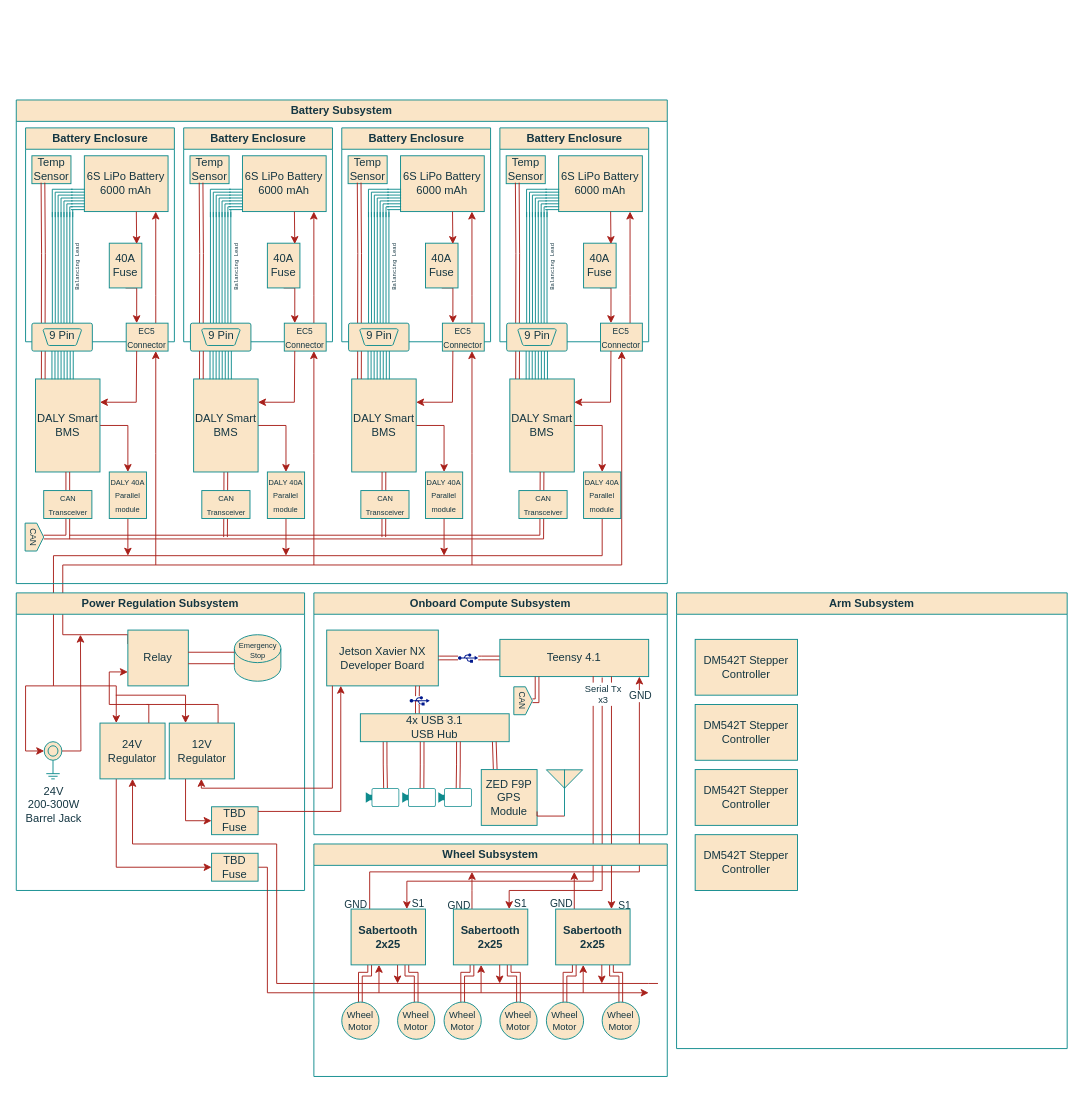
This is Diagrams/RoverFullBlockDiagram.drawio from roboticsatiowa/Documents-and-Resources, a draw.io file, before an edit. Source tidied: cells renumbered, new cells numbered last; positions are measured from the earlier drawing's top-left corner, leaving out a move shared by most shapes. Both pictures are drawn from the tidied source at 93%, with x=0, y=0 at pixel (7, 100).
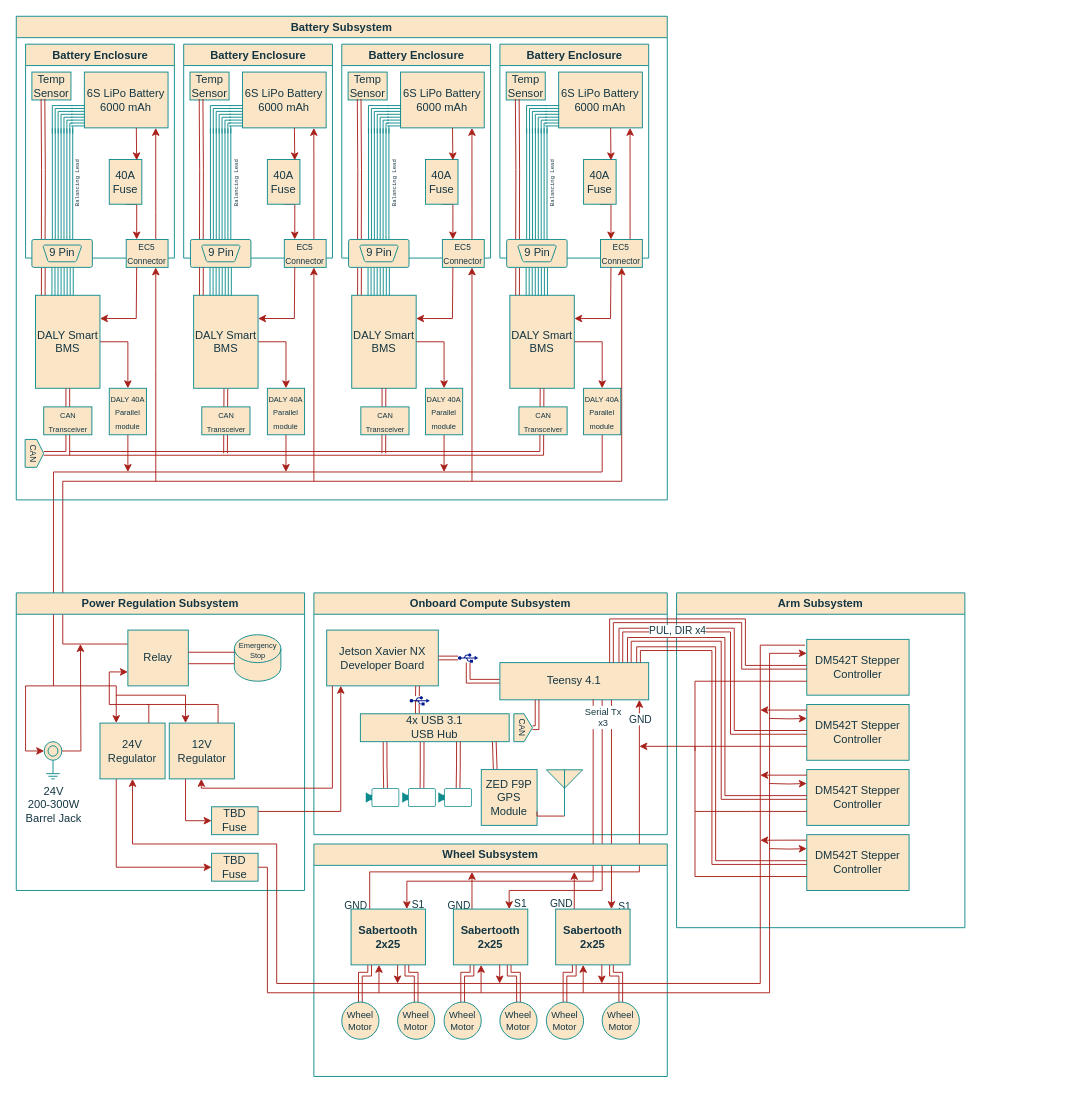
The same diagram, later.

Unchanged cells that the change refers to:
```xml
<mxCell id="4" value="Power Regulation Subsystem" style="swimlane;whiteSpace=wrap;html=1;labelBackgroundColor=none;fillColor=#FAE5C7;strokeColor=#0F8B8D;fontColor=#143642;" parent="1" vertex="1">
  <mxGeometry x="10" y="530" width="310" height="320" as="geometry" />
</mxCell>
<mxCell id="6" value="Relay" style="whiteSpace=wrap;html=1;strokeColor=#0F8B8D;fontColor=#143642;fillColor=#FAE5C7;labelBackgroundColor=none;" parent="4" vertex="1">
  <mxGeometry x="120" y="40" width="65" height="60" as="geometry" />
</mxCell>
<mxCell id="9" value="24V Regulator" style="rounded=0;whiteSpace=wrap;html=1;strokeColor=#0F8B8D;fontColor=#143642;fillColor=#FAE5C7;labelBackgroundColor=none;" parent="4" vertex="1">
  <mxGeometry x="90" y="140" width="70" height="60" as="geometry" />
</mxCell>
<mxCell id="15" value="TBD&lt;div&gt;Fuse&lt;/div&gt;" style="whiteSpace=wrap;html=1;strokeColor=#0F8B8D;fontColor=#143642;fillColor=#FAE5C7;labelBackgroundColor=none;" parent="4" vertex="1">
  <mxGeometry x="210" y="280" width="50" height="30" as="geometry" />
</mxCell>
<mxCell id="21" value="24V&lt;div&gt;200-300W&lt;/div&gt;&lt;div&gt;Barrel Jack&lt;/div&gt;" style="verticalLabelPosition=bottom;shadow=0;dashed=0;align=center;html=1;verticalAlign=top;shape=mxgraph.electrical.miscellaneous.shielded_jack_plug;rounded=0;strokeColor=#0F8B8D;fontFamily=Helvetica;fontSize=12;fontColor=#143642;fillColor=#FAE5C7;labelBackgroundColor=none;" parent="4" vertex="1">
  <mxGeometry x="30" y="160" width="19" height="40" as="geometry" />
</mxCell>
<mxCell id="22" value="Onboard Compute Subsystem" style="swimlane;whiteSpace=wrap;html=1;fillColor=#FAE5C7;strokeWidth=1;strokeColor=#0F8B8D;labelBackgroundColor=none;fontColor=#143642;" parent="1" vertex="1">
  <mxGeometry x="330" y="530" width="380" height="260" as="geometry" />
</mxCell>
<mxCell id="41" style="sketch=0;shadow=0;dashed=0;html=1;strokeColor=none;labelPosition=center;verticalLabelPosition=bottom;verticalAlign=top;align=center;fillColor=#00188D;shape=mxgraph.mscae.enterprise.usb;fontColor=#143642;" parent="22" vertex="1">
  <mxGeometry x="155" y="65" width="21.7" height="10" as="geometry" />
</mxCell>
<mxCell id="115" value="&lt;font style=&quot;font-size: 9px;&quot;&gt;EC5 Connector&lt;/font&gt;" style="whiteSpace=wrap;html=1;strokeColor=#0F8B8D;fontColor=#143642;fillColor=#FAE5C7;rounded=0;labelBackgroundColor=none;" parent="110" vertex="1">
  <mxGeometry x="108.2" y="210" width="45" height="30" as="geometry" />
</mxCell>
<mxCell id="127" value="&lt;font style=&quot;font-size: 8px;&quot;&gt;DALY 40A Parallel module&lt;/font&gt;" style="whiteSpace=wrap;html=1;fillColor=#FAE5C7;strokeColor=#0F8B8D;fontColor=#143642;labelBackgroundColor=none;" parent="46" vertex="1">
  <mxGeometry x="610" y="400" width="40" height="50" as="geometry" />
</mxCell>
```

The edit, as a diff of the source:
```diff
@@
     <mxCell id="2" style="edgeStyle=orthogonalEdgeStyle;rounded=0;jettySize=auto;html=1;exitX=0.5;exitY=1;exitDx=0;exitDy=0;labelBackgroundColor=none;strokeColor=#A8201A;fontColor=default;entryX=0.25;entryY=0;entryDx=0;entryDy=0;" parent="1" edge="1" source="127" target="9">
       <mxGeometry relative="1" as="geometry">
         <Array as="points">
-          <mxPoint x="640" y="490" />
-          <mxPoint x="50" y="490" />
+          <mxPoint x="640" y="400" />
+          <mxPoint x="50" y="400" />
           <mxPoint x="50" y="630" />
           <mxPoint x="117" y="630" />
         </Array>
       </mxGeometry>
     </mxCell>
     <mxCell id="3" style="edgeStyle=orthogonalEdgeStyle;rounded=0;jettySize=auto;html=1;labelBackgroundColor=none;strokeColor=#A8201A;fontColor=default;exitX=0;exitY=0.25;exitDx=0;exitDy=0;" parent="1" edge="1" source="6" target="115">
       <mxGeometry relative="1" as="geometry">
         <Array as="points">
-          <mxPoint x="60" y="575" />
-          <mxPoint x="60" y="500" />
-          <mxPoint x="661" y="500" />
+          <mxPoint x="60" y="585" />
+          <mxPoint x="60" y="410" />
+          <mxPoint x="661" y="410" />
         </Array>
       </mxGeometry>
     </mxCell>
@@
-    <mxCell id="7" style="edgeStyle=orthogonalEdgeStyle;rounded=0;jettySize=auto;html=1;strokeColor=#A8201A;fontColor=default;fillColor=#FAE5C7;entryX=0.5;entryY=1;entryDx=0;entryDy=0;labelBackgroundColor=none;" parent="4" edge="1" target="9">
-      <mxGeometry relative="1" as="geometry">
-        <mxPoint x="690" y="420" as="sourcePoint" />
-        <Array as="points">
-          <mxPoint x="680" y="420" />
-          <mxPoint x="280" y="420" />
-          <mxPoint x="280" y="270" />
-          <mxPoint x="125" y="270" />
-        </Array>
-      </mxGeometry>
-    </mxCell>
@@
-    <mxCell id="14" style="edgeStyle=orthogonalEdgeStyle;shape=connector;rounded=0;jettySize=auto;html=1;strokeColor=#A8201A;align=center;verticalAlign=middle;fontFamily=Helvetica;fontSize=11;fontColor=default;labelBackgroundColor=none;endArrow=classic;fillColor=#FAE5C7;" parent="4" edge="1" source="15">
-      <mxGeometry relative="1" as="geometry">
-        <mxPoint x="680" y="430" as="targetPoint" />
-        <Array as="points">
-          <mxPoint x="270" y="295" />
-          <mxPoint x="270" y="430" />
-        </Array>
-      </mxGeometry>
-    </mxCell>
@@
     <mxCell id="19" style="edgeStyle=orthogonalEdgeStyle;rounded=0;jettySize=auto;html=1;fontFamily=Helvetica;fontSize=12;fontColor=default;exitX=1;exitY=0.25;exitDx=0;exitDy=0;exitPerimeter=0;endArrow=classic;endFill=1;labelBackgroundColor=none;strokeColor=#A8201A;" parent="4" edge="1" source="21">
       <mxGeometry relative="1" as="geometry">
-        <mxPoint x="69" y="45" as="targetPoint" />
+        <mxPoint x="69" y="55" as="targetPoint" />
       </mxGeometry>
     </mxCell>
@@
     <mxCell id="23" style="edgeStyle=orthogonalEdgeStyle;shape=link;rounded=0;jettySize=auto;html=1;entryX=0;entryY=0.5;entryDx=0;entryDy=0;strokeColor=#A8201A;align=center;verticalAlign=middle;fontFamily=Helvetica;fontSize=12;fontColor=default;labelBackgroundColor=none;endArrow=classic;fillColor=#FAE5C7;width=4;flowAnimation=0;shadow=0;" parent="22" edge="1" source="41" target="28">
-      <mxGeometry relative="1" as="geometry" />
+      <mxGeometry relative="1" as="geometry">
+        <Array as="points">
+          <mxPoint x="166" y="95" />
+        </Array>
+      </mxGeometry>
     </mxCell>
@@
     <mxCell id="28" value="Teensy 4.1" style="rounded=0;whiteSpace=wrap;html=1;strokeColor=#0F8B8D;align=center;verticalAlign=middle;fontFamily=Helvetica;fontSize=12;fontColor=#143642;fillColor=#FAE5C7;labelBackgroundColor=none;" parent="22" vertex="1">
-      <mxGeometry x="200" y="50" width="160" height="40" as="geometry" />
+      <mxGeometry x="200" y="75" width="160" height="40" as="geometry" />
     </mxCell>
@@
-    <mxCell id="45" value="&lt;font style=&quot;font-size: 9px;&quot;&gt;CAN&lt;/font&gt;" style="shape=offPageConnector;whiteSpace=wrap;html=1;rotation=90;horizontal=1;flipV=1;labelBackgroundColor=none;fillColor=#FAE5C7;strokeColor=#0F8B8D;fontColor=#143642;" parent="22" vertex="1">
-      <mxGeometry x="210" y="106" width="30" height="20" as="geometry" />
+    <mxCell id="45" value="&lt;font style=&quot;font-size: 9px;&quot;&gt;CAN&lt;/font&gt;" style="shape=offPageConnector;whiteSpace=wrap;html=1;rotation=90;horizontal=1;flipV=1;labelBackgroundColor=none;fillColor=#FAE5C7;strokeColor=#0F8B8D;fontColor=#143642;size=0.45;" parent="22" vertex="1">
+      <mxGeometry x="210" y="135" width="30" height="20" as="geometry" />
     </mxCell>
     <mxCell id="46" value="Battery Subsystem" style="swimlane;whiteSpace=wrap;html=1;strokeColor=#0F8B8D;fillColor=#FAE5C7;labelBackgroundColor=none;fontColor=#143642;" parent="1" vertex="1">
-      <mxGeometry x="10" width="700" height="520" as="geometry" />
+      <mxGeometry x="10" y="-90" width="700" height="520" as="geometry" />
     </mxCell>
@@
     <mxCell id="174" value="Arm Subsystem" style="swimlane;whiteSpace=wrap;html=1;strokeColor=#0F8B8D;fontColor=#143642;fillColor=#FAE5C7;" parent="1" vertex="1">
-      <mxGeometry x="720" y="530" width="420" height="490" as="geometry" />
+      <mxGeometry x="720" y="530" width="310" height="360" as="geometry" />
     </mxCell>
+    <mxCell id="179" style="edgeStyle=orthogonalEdgeStyle;rounded=0;jettySize=auto;html=1;exitX=0;exitY=0.25;exitDx=0;exitDy=0;strokeColor=#A8201A;fontColor=#143642;fillColor=#FAE5C7;entryX=0;entryY=0.25;entryDx=0;entryDy=0;" parent="174" edge="1" target="177">
+      <mxGeometry relative="1" as="geometry">
+        <mxPoint x="100" y="275" as="sourcePoint" />
+      </mxGeometry>
+    </mxCell>
+    <mxCell id="180" style="edgeStyle=orthogonalEdgeStyle;rounded=0;jettySize=auto;html=1;strokeColor=#A8201A;fontColor=#143642;fillColor=#FAE5C7;exitX=-0.001;exitY=0.098;exitDx=0;exitDy=0;exitPerimeter=0;" parent="174" edge="1" source="177">
+      <mxGeometry relative="1" as="geometry">
+        <mxPoint x="90" y="266" as="targetPoint" />
+      </mxGeometry>
+    </mxCell>
+    <mxCell id="177" value="DM542T Stepper Controller" style="whiteSpace=wrap;html=1;strokeColor=#0F8B8D;fontColor=#143642;fillColor=#FAE5C7;" parent="174" vertex="1">
+      <mxGeometry x="140" y="260" width="110" height="60" as="geometry" />
+    </mxCell>
+    <mxCell id="181" style="edgeStyle=orthogonalEdgeStyle;rounded=0;jettySize=auto;html=1;exitX=0;exitY=0.25;exitDx=0;exitDy=0;strokeColor=#A8201A;fontColor=#143642;fillColor=#FAE5C7;entryX=0;entryY=0.25;entryDx=0;entryDy=0;" parent="174" edge="1" target="176">
+      <mxGeometry relative="1" as="geometry">
+        <mxPoint x="100" y="205" as="sourcePoint" />
+      </mxGeometry>
+    </mxCell>
+    <mxCell id="176" value="DM542T Stepper Controller" style="whiteSpace=wrap;html=1;strokeColor=#0F8B8D;fontColor=#143642;fillColor=#FAE5C7;" parent="174" vertex="1">
+      <mxGeometry x="140" y="190" width="110" height="60" as="geometry" />
+    </mxCell>
+    <mxCell id="182" style="edgeStyle=orthogonalEdgeStyle;rounded=0;jettySize=auto;html=1;strokeColor=#A8201A;fontColor=#143642;fillColor=#FAE5C7;entryX=0;entryY=0.25;entryDx=0;entryDy=0;" parent="174" edge="1" target="175">
+      <mxGeometry relative="1" as="geometry">
+        <mxPoint x="100" y="135" as="sourcePoint" />
+      </mxGeometry>
+    </mxCell>
     <mxCell id="175" value="DM542T Stepper Controller" style="whiteSpace=wrap;html=1;strokeColor=#0F8B8D;fontColor=#143642;fillColor=#FAE5C7;" parent="174" vertex="1">
-      <mxGeometry x="20" y="120" width="110" height="60" as="geometry" />
+      <mxGeometry x="140" y="120" width="110" height="60" as="geometry" />
     </mxCell>
-    <mxCell id="176" value="DM542T Stepper Controller" style="whiteSpace=wrap;html=1;strokeColor=#0F8B8D;fontColor=#143642;fillColor=#FAE5C7;" parent="174" vertex="1">
-      <mxGeometry x="20" y="190" width="110" height="60" as="geometry" />
-    </mxCell>
-    <mxCell id="177" value="DM542T Stepper Controller" style="whiteSpace=wrap;html=1;strokeColor=#0F8B8D;fontColor=#143642;fillColor=#FAE5C7;" parent="174" vertex="1">
-      <mxGeometry x="20" y="260" width="110" height="60" as="geometry" />
-    </mxCell>
     <mxCell id="178" value="DM542T Stepper Controller" style="whiteSpace=wrap;html=1;strokeColor=#0F8B8D;fontColor=#143642;fillColor=#FAE5C7;" parent="174" vertex="1">
-      <mxGeometry x="20" y="50" width="110" height="60" as="geometry" />
+      <mxGeometry x="140" y="50" width="110" height="60" as="geometry" />
     </mxCell>
+    <mxCell id="183" style="edgeStyle=orthogonalEdgeStyle;rounded=0;jettySize=auto;html=1;exitX=0;exitY=0.75;exitDx=0;exitDy=0;strokeColor=#A8201A;fontColor=#143642;fillColor=#FAE5C7;endArrow=none;endFill=0;" parent="174" edge="1" source="176">
+      <mxGeometry relative="1" as="geometry">
+        <mxPoint x="19.8" y="235" as="targetPoint" />
+      </mxGeometry>
+    </mxCell>
+    <mxCell id="184" style="edgeStyle=orthogonalEdgeStyle;rounded=0;jettySize=auto;html=1;exitX=0;exitY=0.75;exitDx=0;exitDy=0;strokeColor=#A8201A;fontColor=#143642;fillColor=#FAE5C7;endArrow=none;endFill=0;" parent="174" edge="1" source="177">
+      <mxGeometry relative="1" as="geometry">
+        <mxPoint x="19.8" y="170" as="targetPoint" />
+        <Array as="points">
+          <mxPoint x="19.8" y="305" />
+          <mxPoint x="19.8" y="165" />
+        </Array>
+      </mxGeometry>
+    </mxCell>
+    <mxCell id="185" style="edgeStyle=orthogonalEdgeStyle;rounded=0;jettySize=auto;html=1;exitX=0;exitY=0.75;exitDx=0;exitDy=0;strokeColor=#A8201A;fontColor=#143642;fillColor=#FAE5C7;" parent="174" edge="1" source="175">
+      <mxGeometry relative="1" as="geometry">
+        <mxPoint x="-40" y="165" as="targetPoint" />
+      </mxGeometry>
+    </mxCell>
+    <mxCell id="186" style="edgeStyle=orthogonalEdgeStyle;rounded=0;jettySize=auto;html=1;exitX=0;exitY=0.75;exitDx=0;exitDy=0;strokeColor=#A8201A;fontColor=#143642;fillColor=#FAE5C7;endArrow=none;endFill=0;" parent="174" edge="1" source="178">
+      <mxGeometry relative="1" as="geometry">
+        <mxPoint x="19.8" y="165" as="targetPoint" />
+        <Array as="points">
+          <mxPoint x="19.8" y="95" />
+          <mxPoint x="19.8" y="165" />
+        </Array>
+      </mxGeometry>
+    </mxCell>
+    <mxCell id="187" style="edgeStyle=orthogonalEdgeStyle;rounded=0;jettySize=auto;html=1;entryX=0;entryY=0.5;entryDx=0;entryDy=0;strokeColor=#A8201A;fontColor=#143642;fillColor=#FAE5C7;exitX=0.932;exitY=-0.002;exitDx=0;exitDy=0;exitPerimeter=0;shape=link;" parent="1" edge="1" source="28" target="177">
+      <mxGeometry relative="1" as="geometry">
+        <Array as="points">
+          <mxPoint x="679" y="590" />
+          <mxPoint x="760" y="590" />
+          <mxPoint x="760" y="820" />
+        </Array>
+      </mxGeometry>
+    </mxCell>
+    <mxCell id="188" style="edgeStyle=orthogonalEdgeStyle;rounded=0;jettySize=auto;html=1;entryX=0;entryY=0.5;entryDx=0;entryDy=0;strokeColor=#A8201A;fontColor=#143642;fillColor=#FAE5C7;exitX=0.87;exitY=-0.002;exitDx=0;exitDy=0;shape=link;exitPerimeter=0;" parent="1" edge="1" source="28" target="176">
+      <mxGeometry relative="1" as="geometry">
+        <Array as="points">
+          <mxPoint x="669" y="580" />
+          <mxPoint x="770" y="580" />
+          <mxPoint x="770" y="750" />
+        </Array>
+      </mxGeometry>
+    </mxCell>
+    <mxCell id="189" style="edgeStyle=orthogonalEdgeStyle;rounded=0;jettySize=auto;html=1;entryX=0;entryY=0.5;entryDx=0;entryDy=0;strokeColor=#A8201A;fontColor=#143642;fillColor=#FAE5C7;exitX=0.813;exitY=-0.003;exitDx=0;exitDy=0;exitPerimeter=0;shape=link;" parent="1" edge="1" source="28" target="175">
+      <mxGeometry relative="1" as="geometry">
+        <Array as="points">
+          <mxPoint x="660" y="570" />
+          <mxPoint x="780" y="570" />
+          <mxPoint x="780" y="680" />
+        </Array>
+      </mxGeometry>
+    </mxCell>
+    <mxCell id="190" value="PUL, DIR x4" style="edgeLabel;html=1;align=center;verticalAlign=middle;strokeColor=#0F8B8D;fontColor=#143642;fillColor=#FAE5C7;" parent="189" vertex="1">
+      <mxGeometry x="-0.18" y="-1" relative="1" as="geometry">
+        <mxPoint x="-46" y="-1" as="offset" />
+      </mxGeometry>
+    </mxCell>
+    <mxCell id="191" style="edgeStyle=orthogonalEdgeStyle;rounded=0;jettySize=auto;html=1;entryX=0;entryY=0.5;entryDx=0;entryDy=0;strokeColor=#A8201A;fontColor=#143642;fillColor=#FAE5C7;exitX=0.75;exitY=0;exitDx=0;exitDy=0;shape=link;" parent="1" edge="1" source="28" target="178">
+      <mxGeometry relative="1" as="geometry">
+        <Array as="points">
+          <mxPoint x="650" y="560" />
+          <mxPoint x="792" y="560" />
+          <mxPoint x="792" y="610" />
+        </Array>
+      </mxGeometry>
+    </mxCell>
+    <mxCell id="14" style="edgeStyle=orthogonalEdgeStyle;shape=connector;rounded=0;jettySize=auto;html=1;strokeColor=#A8201A;align=center;verticalAlign=middle;fontFamily=Helvetica;fontSize=11;fontColor=default;labelBackgroundColor=none;endArrow=classic;fillColor=#FAE5C7;entryX=0;entryY=0.25;entryDx=0;entryDy=0;" parent="1" edge="1" source="15" target="178">
+      <mxGeometry relative="1" as="geometry">
+        <Array as="points">
+          <mxPoint x="280" y="825" />
+          <mxPoint x="280" y="960" />
+          <mxPoint x="820" y="960" />
+          <mxPoint x="820" y="595" />
+        </Array>
+      </mxGeometry>
+    </mxCell>
+    <mxCell id="7" style="edgeStyle=orthogonalEdgeStyle;rounded=0;jettySize=auto;html=1;strokeColor=#A8201A;fontColor=default;fillColor=#FAE5C7;entryX=0.5;entryY=1;entryDx=0;entryDy=0;labelBackgroundColor=none;exitX=-0.017;exitY=0.104;exitDx=0;exitDy=0;exitPerimeter=0;" parent="1" edge="1" source="178" target="9">
+      <mxGeometry relative="1" as="geometry">
+        <Array as="points">
+          <mxPoint x="810" y="586" />
+          <mxPoint x="810" y="950" />
+          <mxPoint x="290" y="950" />
+          <mxPoint x="290" y="800" />
+          <mxPoint x="135" y="800" />
+        </Array>
+      </mxGeometry>
+    </mxCell>
+    <mxCell id="192" style="edgeStyle=orthogonalEdgeStyle;rounded=0;orthogonalLoop=1;jettySize=auto;html=1;strokeColor=#A8201A;fontColor=#143642;fillColor=#FAE5C7;exitX=-0.001;exitY=0.098;exitDx=0;exitDy=0;exitPerimeter=0;" parent="1" edge="1">
+      <mxGeometry relative="1" as="geometry">
+        <mxPoint x="860" y="726" as="sourcePoint" />
+        <mxPoint x="810" y="726" as="targetPoint" />
+      </mxGeometry>
+    </mxCell>
+    <mxCell id="193" style="edgeStyle=orthogonalEdgeStyle;rounded=0;orthogonalLoop=1;jettySize=auto;html=1;strokeColor=#A8201A;fontColor=#143642;fillColor=#FAE5C7;exitX=-0.001;exitY=0.098;exitDx=0;exitDy=0;exitPerimeter=0;" parent="1" edge="1">
+      <mxGeometry relative="1" as="geometry">
+        <mxPoint x="860" y="656" as="sourcePoint" />
+        <mxPoint x="810" y="656" as="targetPoint" />
+      </mxGeometry>
+    </mxCell>
```
